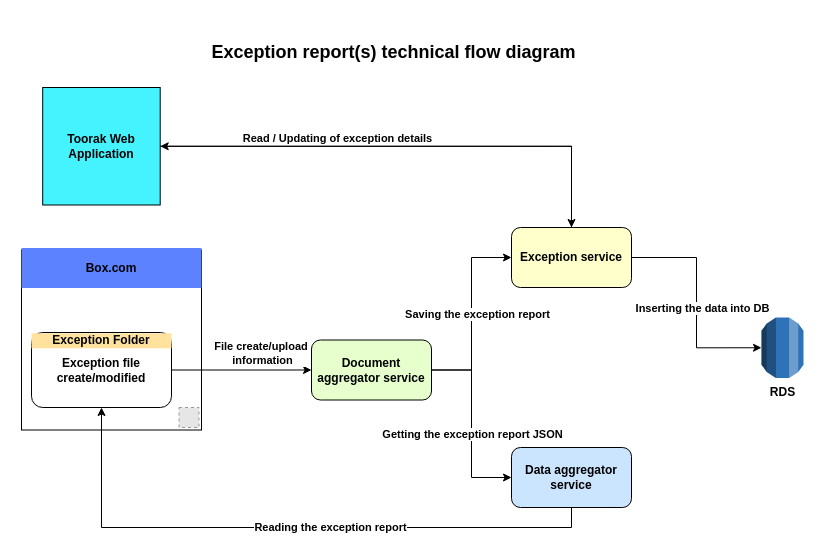
MohammedFazuluddin/test keeps this draw.io diagram as Untitled Diagram.drawio. Above is the earlier version. Source tidied: cells renumbered, new cells numbered last; positions are measured from the earlier drawing's top-left corner, leaving out a move shared by most shapes. Both pictures are drawn from the tidied source at 100%, with x=0, y=0 at pixel (21, 27). Pictures stored in the file or linked from it are replaced by grey dashed boxes.
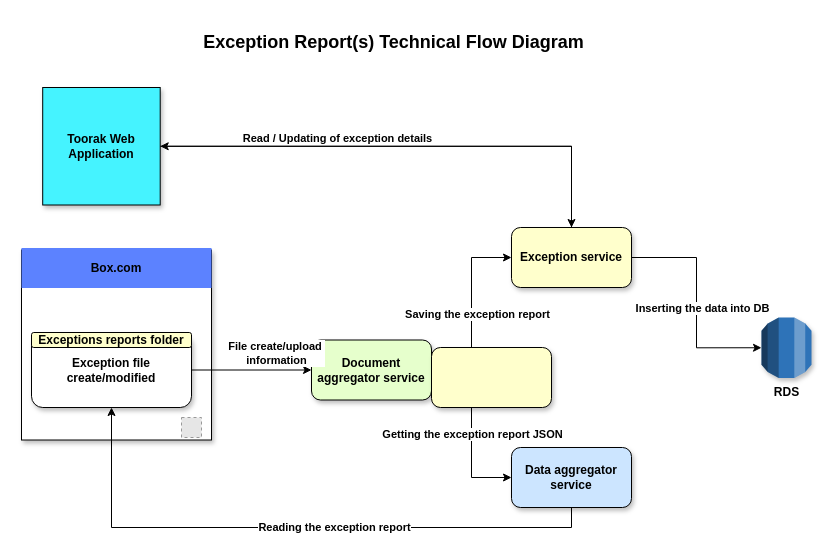
The same diagram, later.

Commit message:
Exception flow diagram.drawio

Change to the diagram source:
```diff
@@
-    <mxCell id="2" value="&lt;br&gt;&lt;br&gt;&lt;br&gt;&lt;br&gt;&lt;br&gt;" style="whiteSpace=wrap;html=1;" parent="1" vertex="1">
-      <mxGeometry y="222.5" width="180" height="180" as="geometry" />
+    <mxCell id="2" value="&lt;br&gt;&lt;br&gt;&lt;br&gt;&lt;br&gt;&lt;br&gt;" style="whiteSpace=wrap;html=1;shadow=1;" parent="1" vertex="1">
+      <mxGeometry y="222.5" width="190" height="190" as="geometry" />
     </mxCell>
-    <mxCell id="3" value="&lt;b&gt;Exception file create/modified&lt;/b&gt;" style="rounded=1;whiteSpace=wrap;html=1;" parent="1" vertex="1">
-      <mxGeometry x="10" y="305" width="140" height="75" as="geometry" />
+    <mxCell id="3" value="&lt;b&gt;Exception file create/modified&lt;/b&gt;" style="rounded=1;whiteSpace=wrap;html=1;shadow=1;" parent="1" vertex="1">
+      <mxGeometry x="10" y="305" width="160" height="75" as="geometry" />
     </mxCell>
@@
-    <mxCell id="8" value="Document aggregator service" style="rounded=1;whiteSpace=wrap;html=1;fontStyle=1;fillColor=#E6FFCC;" parent="1" vertex="1">
+    <mxCell id="8" value="Document aggregator service" style="rounded=1;whiteSpace=wrap;html=1;fontStyle=1;fillColor=#E6FFCC;shadow=1;" parent="1" vertex="1">
       <mxGeometry x="290" y="312.5" width="120" height="60" as="geometry" />
     </mxCell>
@@
-    <mxCell id="12" value="Exception service" style="rounded=1;whiteSpace=wrap;html=1;fontStyle=1;fillColor=#FFFFCC;" parent="1" vertex="1">
+    <mxCell id="12" value="Exception service" style="rounded=1;whiteSpace=wrap;html=1;fontStyle=1;fillColor=#FFFFCC;shadow=1;" parent="1" vertex="1">
       <mxGeometry x="490" y="200" width="120" height="60" as="geometry" />
     </mxCell>
     <mxCell id="13" style="edgeStyle=orthogonalEdgeStyle;rounded=0;jettySize=auto;html=1;entryX=0.5;entryY=1;entryDx=0;entryDy=0;exitX=0.5;exitY=1;exitDx=0;exitDy=0;" parent="1" edge="1" source="15" target="3">
       <mxGeometry relative="1" as="geometry">
         <Array as="points">
           <mxPoint x="550" y="500" />
-          <mxPoint x="80" y="500" />
+          <mxPoint x="90" y="500" />
         </Array>
       </mxGeometry>
     </mxCell>
@@
-    <mxCell id="15" value="Data aggregator service" style="rounded=1;whiteSpace=wrap;html=1;fontStyle=1;fillColor=#CCE5FF;" parent="1" vertex="1">
+    <mxCell id="15" value="Data aggregator service" style="rounded=1;whiteSpace=wrap;html=1;fontStyle=1;fillColor=#CCE5FF;shadow=1;" parent="1" vertex="1">
       <mxGeometry x="490" y="420" width="120" height="60" as="geometry" />
     </mxCell>
-    <mxCell id="16" value="RDS" style="outlineConnect=0;dashed=0;verticalLabelPosition=bottom;verticalAlign=top;align=center;html=1;shape=mxgraph.aws3.rds;fillColor=#2E73B8;gradientColor=none;fontStyle=1;" parent="1" vertex="1">
-      <mxGeometry x="740" y="290" width="42" height="60.5" as="geometry" />
+    <mxCell id="16" value="RDS" style="outlineConnect=0;dashed=0;verticalLabelPosition=bottom;verticalAlign=top;align=center;html=1;shape=mxgraph.aws3.rds;fillColor=#2E73B8;gradientColor=none;fontStyle=1;shadow=1;" parent="1" vertex="1">
+      <mxGeometry x="740" y="290" width="50" height="60.5" as="geometry" />
     </mxCell>
     <mxCell id="17" style="fillColor=#E6E6E6;strokeColor=#999999;dashed=1;html=1;verticalAlign=top;verticalLabelPosition=bottom;labelBackgroundColor=#ffffff;" parent="1" vertex="1">
-      <mxGeometry x="157.5" y="380" width="20" height="20" as="geometry" />
+      <mxGeometry x="160" y="390" width="20" height="20" as="geometry" />
     </mxCell>
-    <mxCell id="18" value="Exception Folder" style="text;html=1;strokeColor=none;fillColor=#FFE29E;align=center;verticalAlign=middle;whiteSpace=wrap;rounded=0;fontStyle=1;" parent="1" vertex="1">
-      <mxGeometry x="10" y="305.8" width="140" height="15" as="geometry" />
-    </mxCell>
     <mxCell id="19" value="Box.com" style="text;html=1;strokeColor=none;fillColor=#5C82FF;align=center;verticalAlign=middle;whiteSpace=wrap;rounded=0;fontStyle=1;" parent="1" vertex="1">
-      <mxGeometry y="220.5" width="180" height="40" as="geometry" />
+      <mxGeometry y="220.5" width="190" height="40" as="geometry" />
     </mxCell>
@@
-    <mxCell id="22" value="&lt;font style=&quot;font-size: 18px&quot;&gt;Exception report(s) technical flow diagram&amp;nbsp;&lt;/font&gt;" style="text;html=1;strokeColor=none;fillColor=none;align=center;verticalAlign=middle;whiteSpace=wrap;rounded=0;fontStyle=1;" parent="1" vertex="1">
-      <mxGeometry x="170" width="410" height="50" as="geometry" />
+    <mxCell id="22" value="&lt;font style=&quot;font-size: 18px&quot;&gt;Exception Report(s) Technical Flow Diagram&amp;nbsp;&lt;/font&gt;" style="text;html=1;strokeColor=none;fillColor=none;align=center;verticalAlign=middle;whiteSpace=wrap;rounded=0;fontStyle=1;" parent="1" vertex="1">
+      <mxGeometry x="170" y="-10" width="410" height="50" as="geometry" />
     </mxCell>
@@
-    <mxCell id="25" value="Toorak Web Application" style="whiteSpace=wrap;html=1;fillColor=#45F3FF;fontStyle=1;" parent="1" vertex="1">
+    <mxCell id="25" value="Toorak Web Application" style="whiteSpace=wrap;html=1;fillColor=#45F3FF;fontStyle=1;shadow=1;" parent="1" vertex="1">
       <mxGeometry x="21.2" y="60" width="117.5" height="117.5" as="geometry" />
     </mxCell>
+    <mxCell id="26" style="rounded=1;whiteSpace=wrap;html=1;shadow=1;fillColor=#FFFFCC;" parent="1" vertex="1">
+      <mxGeometry x="410" y="320" width="120" height="60" as="geometry" />
+    </mxCell>
+    <mxCell id="27" value="Exceptions reports folder" style="rounded=1;whiteSpace=wrap;html=1;shadow=0;fillColor=#FFFFCC;fontStyle=1;" parent="1" vertex="1">
+      <mxGeometry x="10" y="305" width="160" height="15" as="geometry" />
+    </mxCell>
```
